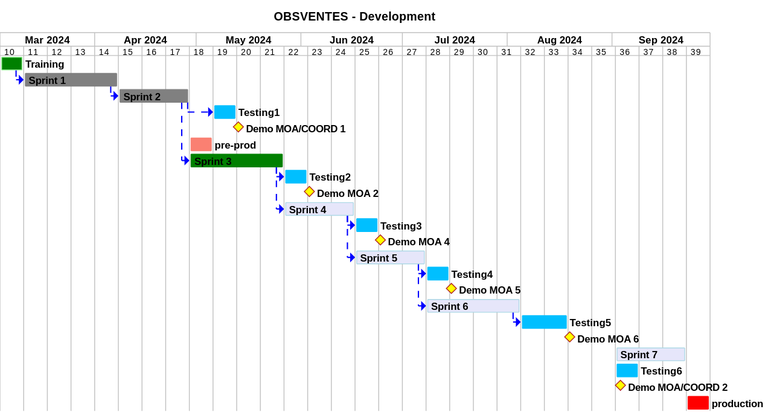
Above: projects/obsvente/not/images/refonte-obsventes-planning-sprints.svg in sumaris-net/sumaris-doc (PlantUML), before the change. Its source is kept beside it as projects/obsvente/not/images/refonte-obsventes-planning-sprints.puml.
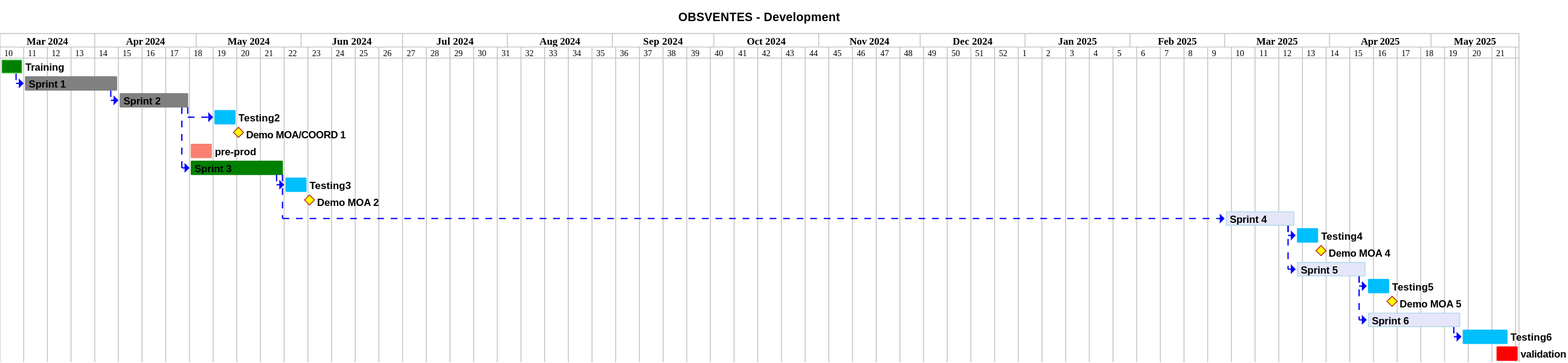
The same diagram one commit later.

Change to the diagram source:
```diff
@@ -65,9 +65,9 @@
 [Sprint 2] as [TASK2] requires 3 weeks
 [TASK2] is colored in Grey
 [TASK1]->[TASK2]
-[Testing1] requires 1 week and starts the 6th of May 2024
-[TASK2]->[Testing1]
-[Demo MOA/COORD 1] happens 1 day after [Testing1]'s end
+[Testing2] requires 1 week and starts the 6th of May 2024
+[TASK2]->[Testing2]
+[Demo MOA/COORD 1] happens 1 day after [Testing2]'s end
 
 [pre-prod] as [PREPROD] requires 1 week and starts the 29th of April 2024
 [PREPROD] is colored in salmon
@@ -75,39 +75,33 @@
 [Sprint 3] as [TASK3] requires 4 weeks
 [TASK3] is colored in green
 [TASK2]->[TASK3]
-[Testing2] requires 1 week
-[TASK3]->[Testing2]
-[Demo MOA 2] happens 1 day after [Testing2]'s end
+[Testing3] requires 1 week
+[TASK3]->[Testing3]
+[Demo MOA 2] happens 1 day after [Testing3]'s end
 
-[Sprint 4] as [TASK4] requires 3 weeks
+[Sprint 4] as [TASK4] requires 3 weeks and starts the 1th of March 2025
 [TASK4] is colored in Lavender/LightBlue
 [TASK3]->[TASK4]
-[Testing3] requires 1 week
-[TASK4]->[Testing3]
-[Demo MOA 4] happens 1 day after [Testing3]'s end
+[Testing4] requires 1 week
+[TASK4]->[Testing4]
+[Demo MOA 4] happens 1 day after [Testing4]'s end
 
 [Sprint 5] as [TASK5] requires 3 weeks
 [TASK5] is colored in Lavender/LightBlue
 [TASK4]->[TASK5]
-[Testing4] requires 1 week
-[TASK5]->[Testing4]
-[Demo MOA 5] happens 1 day after [Testing4]'s end
+[Testing5] requires 1 week
+[TASK5]->[Testing5]
+[Demo MOA 5] happens 1 day after [Testing5]'s end
 
 [Sprint 6] as [TASK6] requires 4 weeks
 [TASK6] is colored in Lavender/LightBlue
 [TASK5]->[TASK6]
-[Testing5] requires 2 week
-[TASK6]->[Testing5]
-[Demo MOA 6] happens 1 day after [Testing5]'s end
+[Testing6] requires 2 week
+[TASK6]->[Testing6]
 
 
-[Sprint 7] as [TASK7] requires 3 weeks and starts the 2th of September 2024
-[TASK7] is colored in Lavender/LightBlue
-[Testing6] requires 1 week and  starts the 2th of September 2024
 
-[Demo MOA/COORD 2] happens 1 day after [Testing6]'s start
-
-[production] as [PROD] requires 1 week and starts the 23th of September 2024
-[PROD] is colored in red
+[validation] as [VAL] requires 1 week and starts the 20th of May 2025
+[VAL] is colored in red
 
 @endgantt
```
